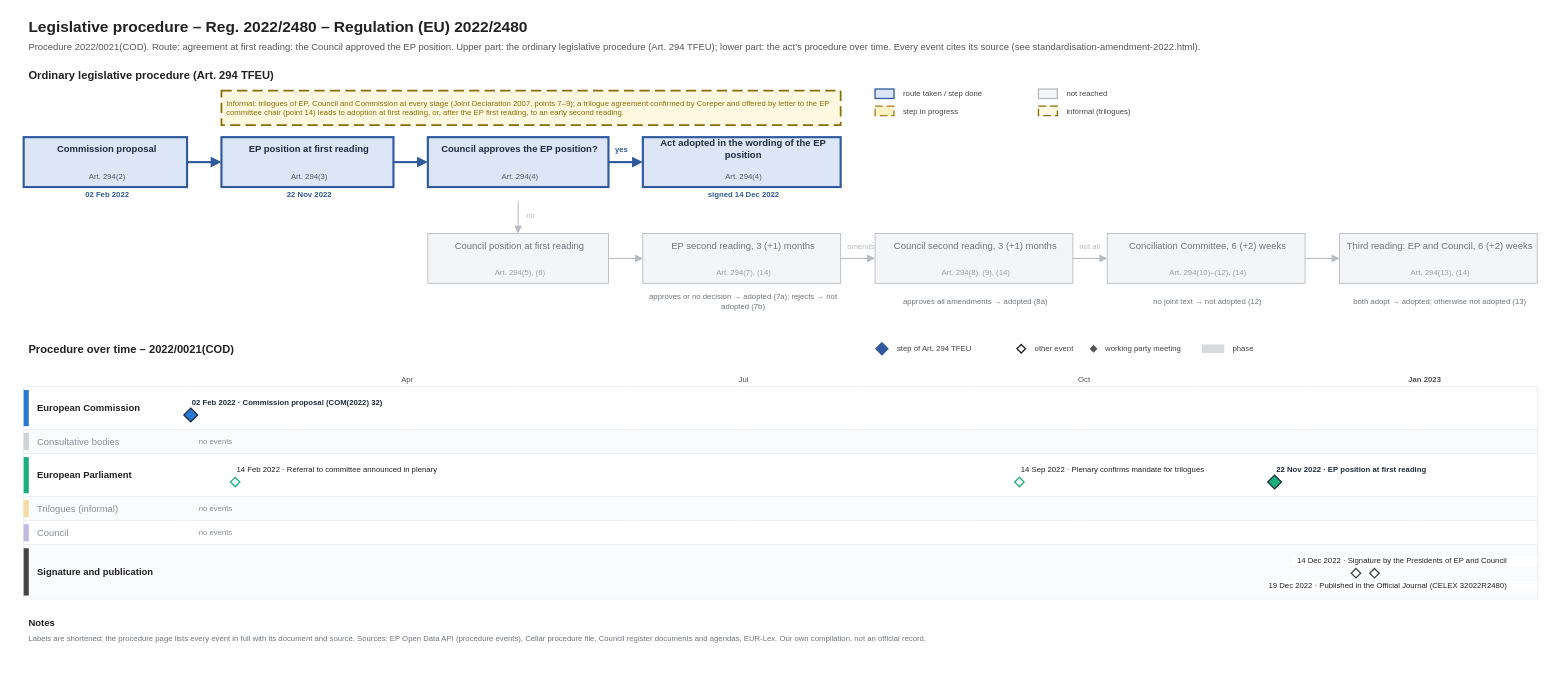
git-z0man/eu-regulation-timeline keeps this draw.io diagram as procedures/standardisation-amendment-2022.drawio. Above is the earlier version. Source tidied: cells renumbered, new cells numbered last; positions are measured from the earlier drawing's top-left corner, leaving out a move shared by most shapes. Both pictures are drawn from the tidied source at 86%, with x=0, y=0 at pixel (15, 15).
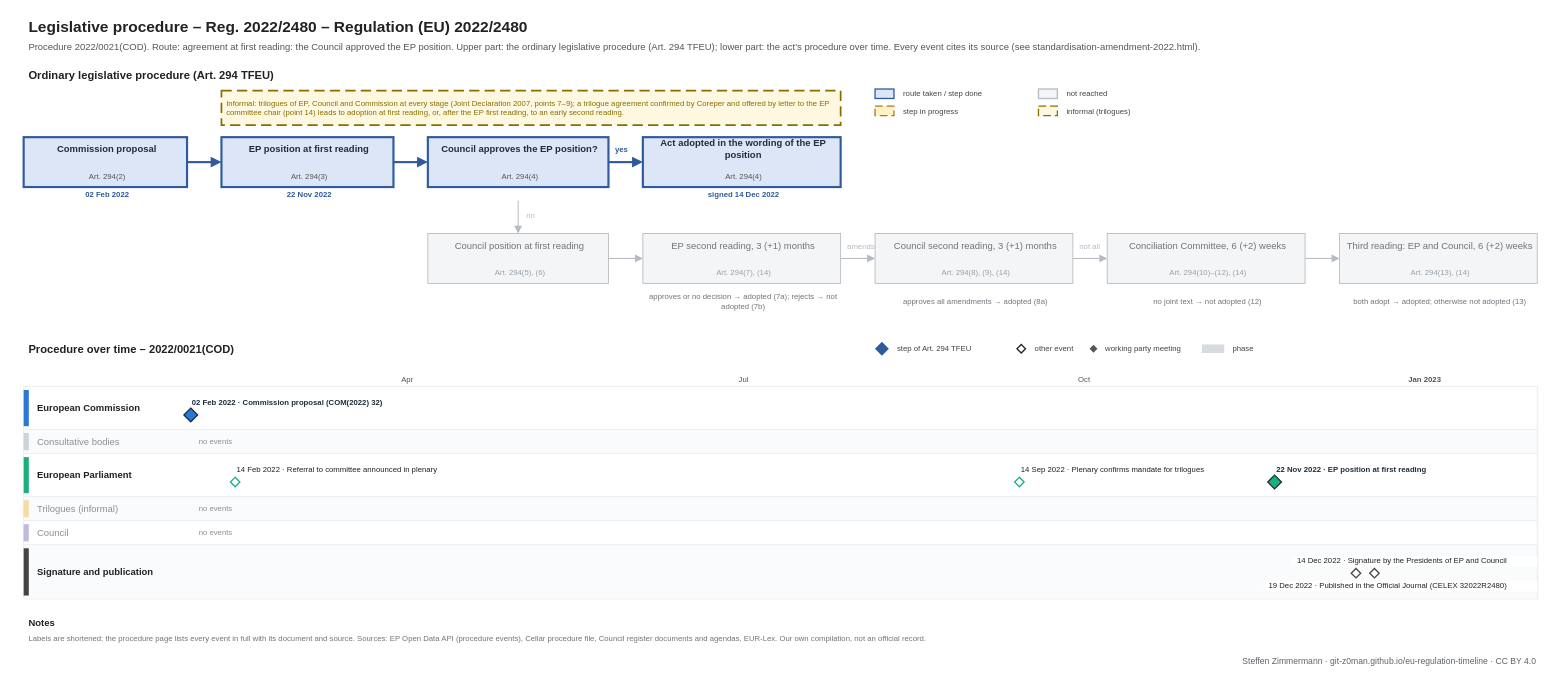
The same diagram, later.

The edit, as a diff of the source:
```diff
@@
+    <mxCell id="122" value="Steffen Zimmermann · git-z0man.github.io/eu-regulation-timeline · CC BY 4.0" style="text;html=1;fontSize=10;fontColor=#5b646b;align=right;verticalAlign=middle;spacingLeft=4;" parent="1" vertex="1">
+      <mxGeometry x="10" y="743" width="1760" height="16" as="geometry" />
+    </mxCell>
```
